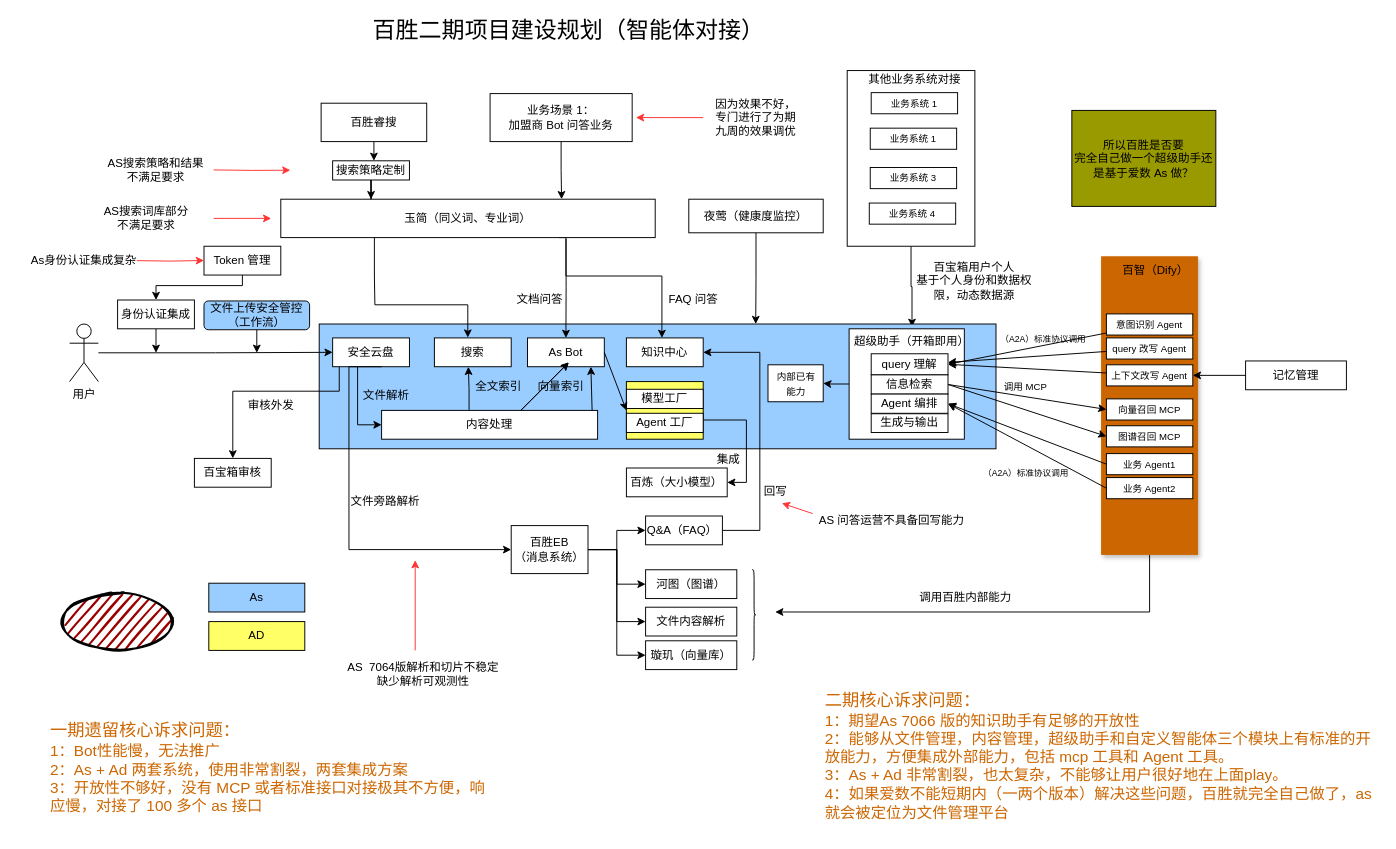
This is 百胜二期建设平台.drawio from redpoppet/drawio_hub, a draw.io file, before an edit. Source tidied: cells renumbered, new cells numbered last; positions are measured from the earlier drawing's top-left corner, leaving out a move shared by most shapes. Both pictures are drawn from the tidied source at 96%, with x=0, y=0 at pixel (16, 16).
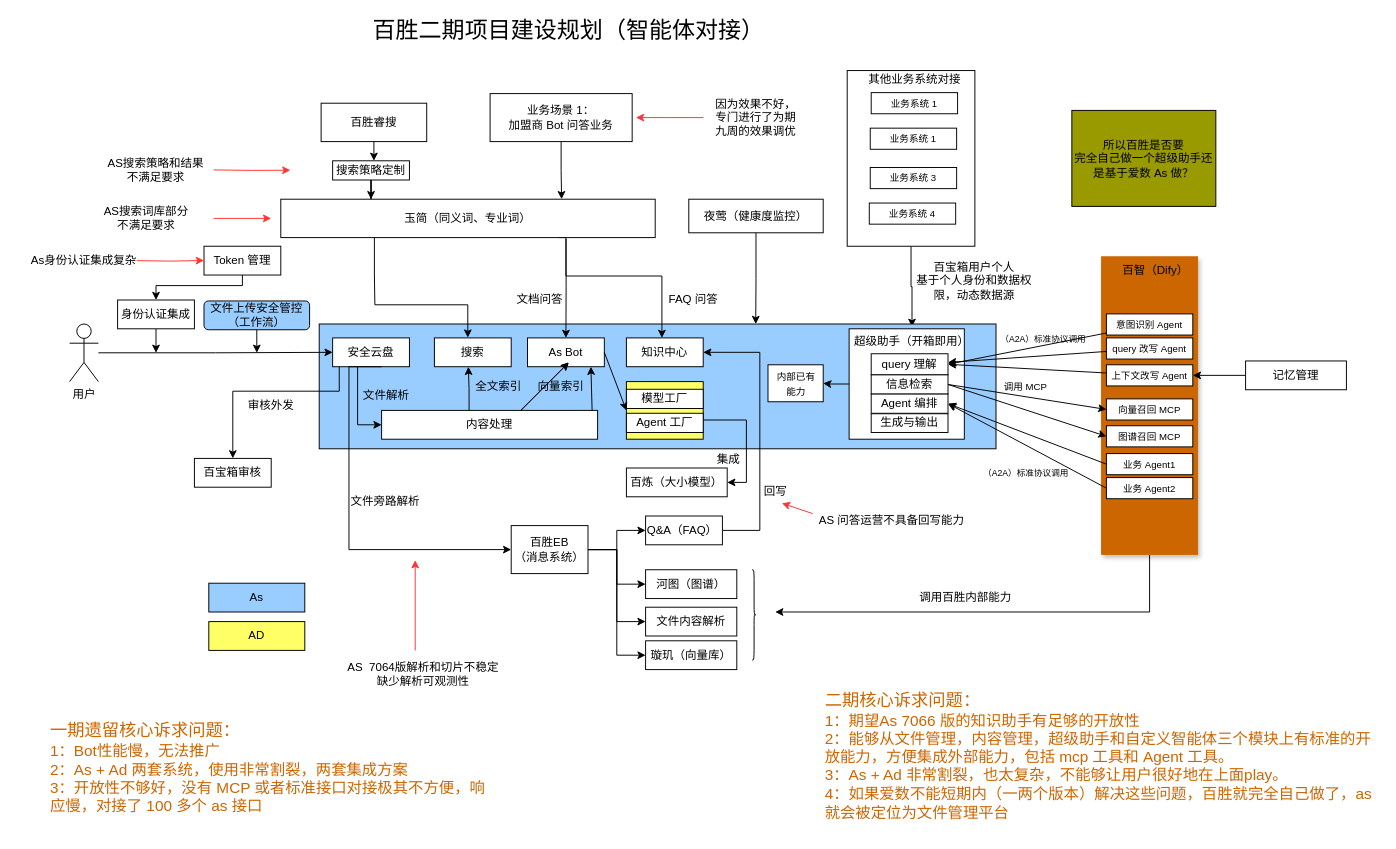
The same diagram, later.

Commit message:
更新百胜二期建设平台.drawio

What changed in the source:
```diff
@@
-    <mxCell id="77" style="ellipse;whiteSpace=wrap;html=1;strokeWidth=2;fillWeight=2;hachureGap=8;fillColor=#990000;fillStyle=dots;sketch=1;" parent="1" vertex="1">
-      <mxGeometry x="45" y="600" width="120" height="60" as="geometry" />
-    </mxCell>
```
